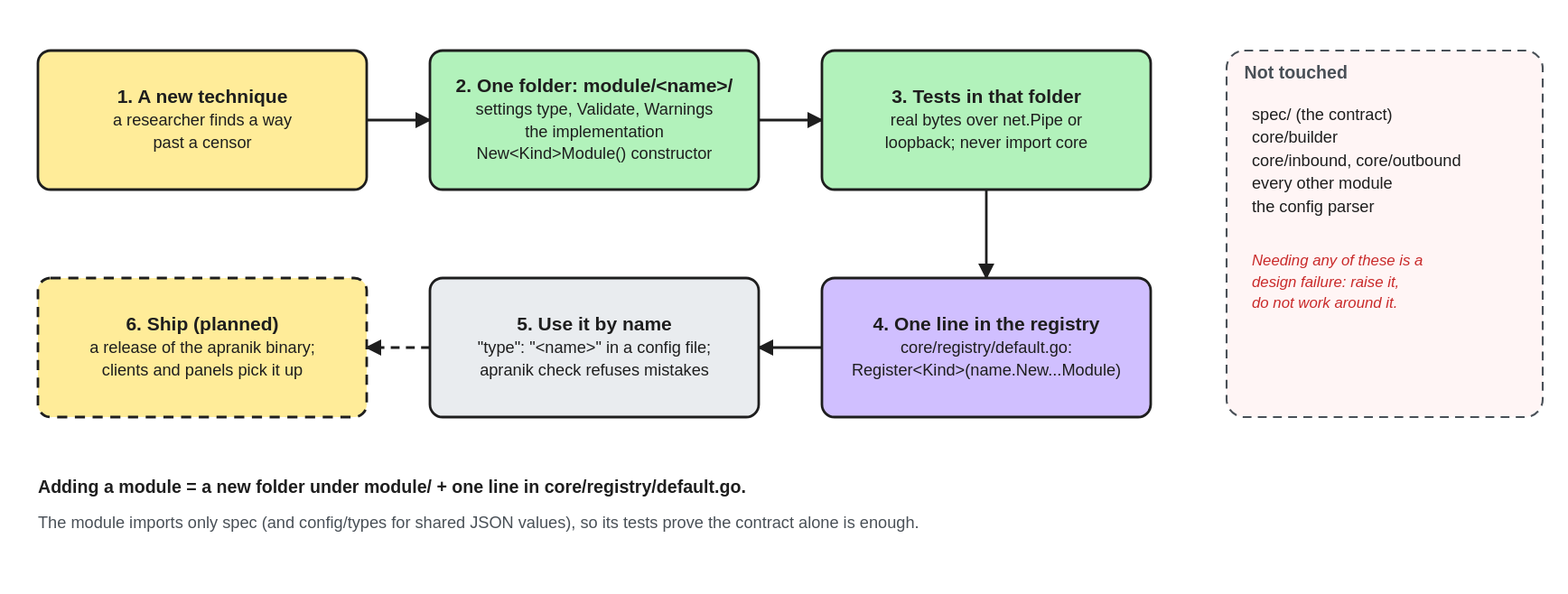
This is docs/assets/diagrams/research-to-deployment.excalidraw.svg from we-apranik/apranik, a Excalidraw export, as it was before one commit. Source tidied: one line per element, renumbered; positions are measured from the earlier drawing's top-left corner, leaving out a move shared by most shapes. Source of this version:
```json
{"id": 0, "type": "rectangle", "strokeColor": "#495057", "backgroundColor": "#fff5f5", "fillStyle": "solid", "strokeWidth": 1, "strokeStyle": "dashed", "roughness": 0, "round": true, "x": 940, "y": 0, "width": 250, "height": 290}
{"id": 1, "type": "text", "text": "Not touched", "strokeColor": "#495057", "strokeWidth": 2, "roughness": 0, "fontSize": 14, "fontFamily": 2, "verticalAlign": "middle", "x": 954, "y": 8, "width": 222, "height": 18}
{"id": 2, "type": "rectangle", "strokeColor": "#1e1e1e", "backgroundColor": "#ffec99", "fillStyle": "solid", "strokeWidth": 2, "roughness": 0, "round": true, "x": 0, "y": 0, "width": 260, "height": 110}
{"id": 3, "type": "text", "text": "1. A new technique\na researcher finds a way\npast a censor", "strokeColor": "#1e1e1e", "strokeWidth": 2, "roughness": 0, "fontSize": 13, "fontFamily": 2, "textAlign": "center", "verticalAlign": "middle", "inside": 2, "x": 0, "y": 0, "width": 260, "height": 49}
{"id": 4, "type": "rectangle", "strokeColor": "#1e1e1e", "backgroundColor": "#b2f2bb", "fillStyle": "solid", "strokeWidth": 2, "roughness": 0, "round": true, "x": 310, "y": 0, "width": 260, "height": 110}
{"id": 5, "type": "text", "text": "2. One folder: module/<name>/\nsettings type, Validate, Warnings\nthe implementation\nNew<Kind>Module() constructor", "strokeColor": "#1e1e1e", "strokeWidth": 2, "roughness": 0, "fontSize": 13, "fontFamily": 2, "textAlign": "center", "verticalAlign": "middle", "inside": 4, "x": 310, "y": 0, "width": 260, "height": 65}
{"id": 6, "type": "rectangle", "strokeColor": "#1e1e1e", "backgroundColor": "#b2f2bb", "fillStyle": "solid", "strokeWidth": 2, "roughness": 0, "round": true, "x": 620, "y": 0, "width": 260, "height": 110}
{"id": 7, "type": "text", "text": "3. Tests in that folder\nreal bytes over net.Pipe or\nloopback; never import core", "strokeColor": "#1e1e1e", "strokeWidth": 2, "roughness": 0, "fontSize": 13, "fontFamily": 2, "textAlign": "center", "verticalAlign": "middle", "inside": 6, "x": 620, "y": 0, "width": 260, "height": 49}
{"id": 8, "type": "rectangle", "strokeColor": "#1e1e1e", "backgroundColor": "#d0bfff", "fillStyle": "solid", "strokeWidth": 2, "roughness": 0, "round": true, "x": 620, "y": 180, "width": 260, "height": 110}
{"id": 9, "type": "text", "text": "4. One line in the registry\ncore/registry/default.go:\nRegister<Kind>(name.New...Module)", "strokeColor": "#1e1e1e", "strokeWidth": 2, "roughness": 0, "fontSize": 13, "fontFamily": 2, "textAlign": "center", "verticalAlign": "middle", "inside": 8, "x": 620, "y": 180, "width": 260, "height": 49}
{"id": 10, "type": "rectangle", "strokeColor": "#1e1e1e", "backgroundColor": "#e9ecef", "fillStyle": "solid", "strokeWidth": 2, "roughness": 0, "round": true, "x": 310, "y": 180, "width": 260, "height": 110}
{"id": 11, "type": "text", "text": "5. Use it by name\n\"type\": \"<name>\" in a config file;\napranik check refuses mistakes", "strokeColor": "#1e1e1e", "strokeWidth": 2, "roughness": 0, "fontSize": 13, "fontFamily": 2, "textAlign": "center", "verticalAlign": "middle", "inside": 10, "x": 310, "y": 180, "width": 260, "height": 49}
{"id": 12, "type": "rectangle", "strokeColor": "#1e1e1e", "backgroundColor": "#ffec99", "fillStyle": "solid", "strokeWidth": 2, "strokeStyle": "dashed", "roughness": 0, "round": true, "x": 0, "y": 180, "width": 260, "height": 110}
{"id": 13, "type": "text", "text": "6. Ship (planned)\na release of the apranik binary;\nclients and panels pick it up", "strokeColor": "#1e1e1e", "strokeWidth": 2, "roughness": 0, "fontSize": 13, "fontFamily": 2, "textAlign": "center", "verticalAlign": "middle", "inside": 12, "x": 0, "y": 180, "width": 260, "height": 49}
{"id": 14, "type": "arrow", "strokeColor": "#1e1e1e", "strokeWidth": 2, "roughness": 0, "endArrowhead": "arrow", "from": 2, "to": 4, "x": 260, "y": 55, "width": 50, "height": 0, "points": [[0, 0], [50, 0]]}
{"id": 15, "type": "arrow", "strokeColor": "#1e1e1e", "strokeWidth": 2, "roughness": 0, "endArrowhead": "arrow", "from": 4, "to": 6, "x": 570, "y": 55, "width": 50, "height": 0, "points": [[0, 0], [50, 0]]}
{"id": 16, "type": "arrow", "strokeColor": "#1e1e1e", "strokeWidth": 2, "roughness": 0, "endArrowhead": "arrow", "from": 6, "to": 8, "x": 750, "y": 110, "width": 0, "height": 70, "points": [[0, 0], [0, 70]]}
{"id": 17, "type": "arrow", "strokeColor": "#1e1e1e", "strokeWidth": 2, "roughness": 0, "endArrowhead": "arrow", "from": 8, "to": 10, "x": 620, "y": 235, "width": 50, "height": 0, "points": [[0, 0], [-50, 0]]}
{"id": 18, "type": "arrow", "strokeColor": "#1e1e1e", "strokeWidth": 2, "strokeStyle": "dashed", "roughness": 0, "endArrowhead": "arrow", "from": 10, "to": 12, "x": 310, "y": 235, "width": 50, "height": 0, "points": [[0, 0], [-50, 0]]}
{"id": 19, "type": "text", "text": "spec/ (the contract)\ncore/builder\ncore/inbound, core/outbound\nevery other module\nthe config parser", "strokeColor": "#1e1e1e", "strokeWidth": 2, "roughness": 0, "fontSize": 13, "fontFamily": 2, "verticalAlign": "middle", "x": 960, "y": 42, "width": 189, "height": 81}
{"id": 20, "type": "text", "text": "Needing any of these is a\ndesign failure: raise it,\ndo not work around it.", "strokeColor": "#c92a2a", "strokeWidth": 2, "roughness": 0, "fontSize": 12, "fontFamily": 2, "verticalAlign": "middle", "x": 960, "y": 158, "width": 162, "height": 45}
{"id": 21, "type": "text", "text": "Adding a module = a new folder under module/ + one line in core/registry/default.go.", "strokeColor": "#1e1e1e", "strokeWidth": 2, "roughness": 0, "fontSize": 14, "fontFamily": 2, "verticalAlign": "middle", "x": 0, "y": 336, "width": 665, "height": 18}
{"id": 22, "type": "text", "text": "The module imports only spec (and config/types for shared JSON values), so its tests prove the contract alone is enough.", "strokeColor": "#495057", "strokeWidth": 2, "roughness": 0, "fontSize": 13, "fontFamily": 2, "verticalAlign": "middle", "x": 0, "y": 365, "width": 817, "height": 16}
```
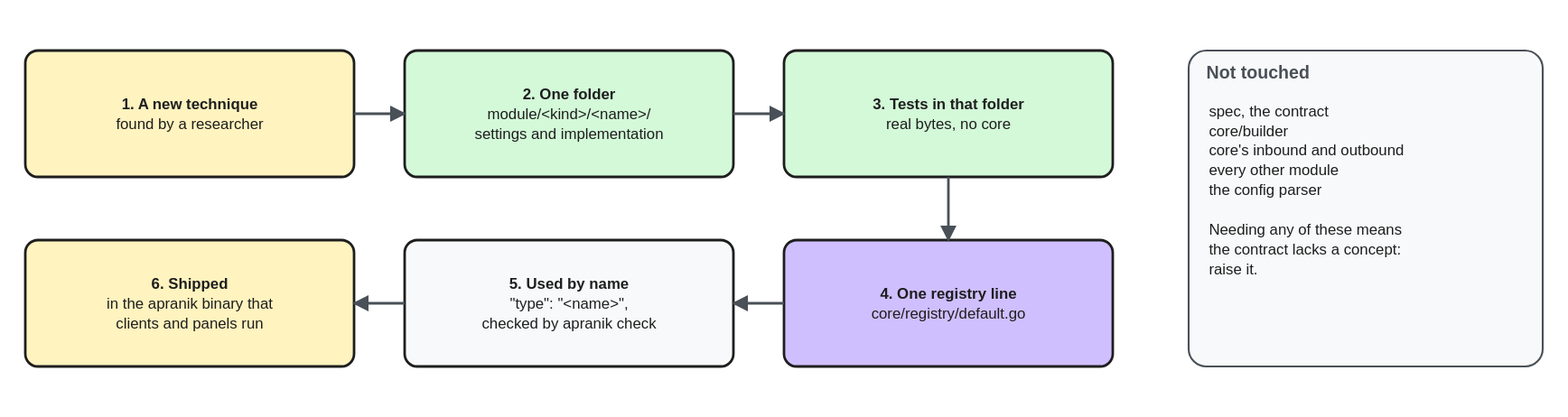
After the change.

The edit, as a diff of the source:
```diff
@@ -1,23 +1,20 @@
-{"id": 0, "type": "rectangle", "strokeColor": "#495057", "backgroundColor": "#fff5f5", "fillStyle": "solid", "strokeWidth": 1, "strokeStyle": "dashed", "roughness": 0, "round": true, "x": 940, "y": 0, "width": 250, "height": 290}
+{"id": 23, "type": "rectangle", "strokeColor": "#1e1e1e", "backgroundColor": "#fff3bf", "fillStyle": "solid", "strokeWidth": 2, "roughness": 0, "round": true, "x": 20, "y": 0, "width": 260, "height": 100}
+{"id": 24, "type": "text", "text": "1. A new technique\nfound by a researcher", "strokeColor": "#1e1e1e", "strokeWidth": 2, "roughness": 0, "fontSize": 12, "fontFamily": 2, "textAlign": "center", "verticalAlign": "middle", "inside": 23, "x": 20, "y": 35, "width": 260, "height": 30}
+{"id": 25, "type": "rectangle", "strokeColor": "#1e1e1e", "backgroundColor": "#d3f9d8", "fillStyle": "solid", "strokeWidth": 2, "roughness": 0, "round": true, "x": 320, "y": 0, "width": 260, "height": 100}
+{"id": 26, "type": "text", "text": "2. One folder\nmodule/<kind>/<name>/\nsettings and implementation", "strokeColor": "#1e1e1e", "strokeWidth": 2, "roughness": 0, "fontSize": 12, "fontFamily": 2, "textAlign": "center", "verticalAlign": "middle", "inside": 25, "x": 320, "y": 28, "width": 260, "height": 45}
+{"id": 27, "type": "rectangle", "strokeColor": "#1e1e1e", "backgroundColor": "#d3f9d8", "fillStyle": "solid", "strokeWidth": 2, "roughness": 0, "round": true, "x": 620, "y": 0, "width": 260, "height": 100}
+{"id": 28, "type": "text", "text": "3. Tests in that folder\nreal bytes, no core", "strokeColor": "#1e1e1e", "strokeWidth": 2, "roughness": 0, "fontSize": 12, "fontFamily": 2, "textAlign": "center", "verticalAlign": "middle", "inside": 27, "x": 620, "y": 35, "width": 260, "height": 30}
+{"id": 29, "type": "rectangle", "strokeColor": "#1e1e1e", "backgroundColor": "#d0bfff", "fillStyle": "solid", "strokeWidth": 2, "roughness": 0, "round": true, "x": 620, "y": 150, "width": 260, "height": 100}
+{"id": 30, "type": "text", "text": "4. One registry line\ncore/registry/default.go", "strokeColor": "#1e1e1e", "strokeWidth": 2, "roughness": 0, "fontSize": 12, "fontFamily": 2, "textAlign": "center", "verticalAlign": "middle", "inside": 29, "x": 620, "y": 185, "width": 260, "height": 30}
+{"id": 31, "type": "rectangle", "strokeColor": "#1e1e1e", "backgroundColor": "#f8f9fa", "fillStyle": "solid", "strokeWidth": 2, "roughness": 0, "round": true, "x": 320, "y": 150, "width": 260, "height": 100}
+{"id": 32, "type": "text", "text": "5. Used by name\n\"type\": \"<name>\",\nchecked by apranik check", "strokeColor": "#1e1e1e", "strokeWidth": 2, "roughness": 0, "fontSize": 12, "fontFamily": 2, "textAlign": "center", "verticalAlign": "middle", "inside": 31, "x": 320, "y": 178, "width": 260, "height": 45}
+{"id": 33, "type": "rectangle", "strokeColor": "#1e1e1e", "backgroundColor": "#fff3bf", "fillStyle": "solid", "strokeWidth": 2, "roughness": 0, "round": true, "x": 20, "y": 150, "width": 260, "height": 100}
+{"id": 34, "type": "text", "text": "6. Shipped\nin the apranik binary that\nclients and panels run", "strokeColor": "#1e1e1e", "strokeWidth": 2, "roughness": 0, "fontSize": 12, "fontFamily": 2, "textAlign": "center", "verticalAlign": "middle", "inside": 33, "x": 20, "y": 178, "width": 260, "height": 45}
+{"id": 35, "type": "arrow", "strokeColor": "#495057", "strokeWidth": 2, "roughness": 0, "endArrowhead": "arrow", "from": 23, "to": 25, "x": 280, "y": 50, "width": 40, "height": 0, "points": [[0, 0], [40, 0]]}
+{"id": 36, "type": "arrow", "strokeColor": "#495057", "strokeWidth": 2, "roughness": 0, "endArrowhead": "arrow", "from": 25, "to": 27, "x": 580, "y": 50, "width": 40, "height": 0, "points": [[0, 0], [40, 0]]}
+{"id": 37, "type": "arrow", "strokeColor": "#495057", "strokeWidth": 2, "roughness": 0, "endArrowhead": "arrow", "from": 27, "to": 29, "x": 750, "y": 100, "width": 0, "height": 50, "points": [[0, 0], [0, 50]]}
+{"id": 38, "type": "arrow", "strokeColor": "#495057", "strokeWidth": 2, "roughness": 0, "endArrowhead": "arrow", "from": 29, "to": 31, "x": 620, "y": 200, "width": 40, "height": 0, "points": [[0, 0], [-40, 0]]}
+{"id": 39, "type": "arrow", "strokeColor": "#495057", "strokeWidth": 2, "roughness": 0, "endArrowhead": "arrow", "from": 31, "to": 33, "x": 320, "y": 200, "width": 40, "height": 0, "points": [[0, 0], [-40, 0]]}
+{"id": 40, "type": "rectangle", "strokeColor": "#495057", "backgroundColor": "#f8f9fa", "fillStyle": "solid", "strokeWidth": 1, "roughness": 0, "round": true, "x": 940, "y": 0, "width": 280, "height": 250}
-{"id": 1, "type": "text", "text": "Not touched", "strokeColor": "#495057", "strokeWidth": 2, "roughness": 0, "fontSize": 14, "fontFamily": 2, "verticalAlign": "middle", "x": 954, "y": 8, "width": 222, "height": 18}
+{"id": 1, "type": "text", "text": "Not touched", "strokeColor": "#495057", "strokeWidth": 2, "roughness": 0, "fontSize": 14, "fontFamily": 2, "verticalAlign": "middle", "x": 954, "y": 8, "width": 252, "height": 18}
-{"id": 2, "type": "rectangle", "strokeColor": "#1e1e1e", "backgroundColor": "#ffec99", "fillStyle": "solid", "strokeWidth": 2, "roughness": 0, "round": true, "x": 0, "y": 0, "width": 260, "height": 110}
-{"id": 3, "type": "text", "text": "1. A new technique\na researcher finds a way\npast a censor", "strokeColor": "#1e1e1e", "strokeWidth": 2, "roughness": 0, "fontSize": 13, "fontFamily": 2, "textAlign": "center", "verticalAlign": "middle", "inside": 2, "x": 0, "y": 0, "width": 260, "height": 49}
-{"id": 4, "type": "rectangle", "strokeColor": "#1e1e1e", "backgroundColor": "#b2f2bb", "fillStyle": "solid", "strokeWidth": 2, "roughness": 0, "round": true, "x": 310, "y": 0, "width": 260, "height": 110}
-{"id": 5, "type": "text", "text": "2. One folder: module/<name>/\nsettings type, Validate, Warnings\nthe implementation\nNew<Kind>Module() constructor", "strokeColor": "#1e1e1e", "strokeWidth": 2, "roughness": 0, "fontSize": 13, "fontFamily": 2, "textAlign": "center", "verticalAlign": "middle", "inside": 4, "x": 310, "y": 0, "width": 260, "height": 65}
-{"id": 6, "type": "rectangle", "strokeColor": "#1e1e1e", "backgroundColor": "#b2f2bb", "fillStyle": "solid", "strokeWidth": 2, "roughness": 0, "round": true, "x": 620, "y": 0, "width": 260, "height": 110}
-{"id": 7, "type": "text", "text": "3. Tests in that folder\nreal bytes over net.Pipe or\nloopback; never import core", "strokeColor": "#1e1e1e", "strokeWidth": 2, "roughness": 0, "fontSize": 13, "fontFamily": 2, "textAlign": "center", "verticalAlign": "middle", "inside": 6, "x": 620, "y": 0, "width": 260, "height": 49}
-{"id": 8, "type": "rectangle", "strokeColor": "#1e1e1e", "backgroundColor": "#d0bfff", "fillStyle": "solid", "strokeWidth": 2, "roughness": 0, "round": true, "x": 620, "y": 180, "width": 260, "height": 110}
-{"id": 9, "type": "text", "text": "4. One line in the registry\ncore/registry/default.go:\nRegister<Kind>(name.New...Module)", "strokeColor": "#1e1e1e", "strokeWidth": 2, "roughness": 0, "fontSize": 13, "fontFamily": 2, "textAlign": "center", "verticalAlign": "middle", "inside": 8, "x": 620, "y": 180, "width": 260, "height": 49}
-{"id": 10, "type": "rectangle", "strokeColor": "#1e1e1e", "backgroundColor": "#e9ecef", "fillStyle": "solid", "strokeWidth": 2, "roughness": 0, "round": true, "x": 310, "y": 180, "width": 260, "height": 110}
-{"id": 11, "type": "text", "text": "5. Use it by name\n\"type\": \"<name>\" in a config file;\napranik check refuses mistakes", "strokeColor": "#1e1e1e", "strokeWidth": 2, "roughness": 0, "fontSize": 13, "fontFamily": 2, "textAlign": "center", "verticalAlign": "middle", "inside": 10, "x": 310, "y": 180, "width": 260, "height": 49}
-{"id": 12, "type": "rectangle", "strokeColor": "#1e1e1e", "backgroundColor": "#ffec99", "fillStyle": "solid", "strokeWidth": 2, "strokeStyle": "dashed", "roughness": 0, "round": true, "x": 0, "y": 180, "width": 260, "height": 110}
-{"id": 13, "type": "text", "text": "6. Ship (planned)\na release of the apranik binary;\nclients and panels pick it up", "strokeColor": "#1e1e1e", "strokeWidth": 2, "roughness": 0, "fontSize": 13, "fontFamily": 2, "textAlign": "center", "verticalAlign": "middle", "inside": 12, "x": 0, "y": 180, "width": 260, "height": 49}
-{"id": 14, "type": "arrow", "strokeColor": "#1e1e1e", "strokeWidth": 2, "roughness": 0, "endArrowhead": "arrow", "from": 2, "to": 4, "x": 260, "y": 55, "width": 50, "height": 0, "points": [[0, 0], [50, 0]]}
-{"id": 15, "type": "arrow", "strokeColor": "#1e1e1e", "strokeWidth": 2, "roughness": 0, "endArrowhead": "arrow", "from": 4, "to": 6, "x": 570, "y": 55, "width": 50, "height": 0, "points": [[0, 0], [50, 0]]}
-{"id": 16, "type": "arrow", "strokeColor": "#1e1e1e", "strokeWidth": 2, "roughness": 0, "endArrowhead": "arrow", "from": 6, "to": 8, "x": 750, "y": 110, "width": 0, "height": 70, "points": [[0, 0], [0, 70]]}
-{"id": 17, "type": "arrow", "strokeColor": "#1e1e1e", "strokeWidth": 2, "roughness": 0, "endArrowhead": "arrow", "from": 8, "to": 10, "x": 620, "y": 235, "width": 50, "height": 0, "points": [[0, 0], [-50, 0]]}
-{"id": 18, "type": "arrow", "strokeColor": "#1e1e1e", "strokeWidth": 2, "strokeStyle": "dashed", "roughness": 0, "endArrowhead": "arrow", "from": 10, "to": 12, "x": 310, "y": 235, "width": 50, "height": 0, "points": [[0, 0], [-50, 0]]}
-{"id": 19, "type": "text", "text": "spec/ (the contract)\ncore/builder\ncore/inbound, core/outbound\nevery other module\nthe config parser", "strokeColor": "#1e1e1e", "strokeWidth": 2, "roughness": 0, "fontSize": 13, "fontFamily": 2, "verticalAlign": "middle", "x": 960, "y": 42, "width": 189, "height": 81}
-{"id": 20, "type": "text", "text": "Needing any of these is a\ndesign failure: raise it,\ndo not work around it.", "strokeColor": "#c92a2a", "strokeWidth": 2, "roughness": 0, "fontSize": 12, "fontFamily": 2, "verticalAlign": "middle", "x": 960, "y": 158, "width": 162, "height": 45}
-{"id": 21, "type": "text", "text": "Adding a module = a new folder under module/ + one line in core/registry/default.go.", "strokeColor": "#1e1e1e", "strokeWidth": 2, "roughness": 0, "fontSize": 14, "fontFamily": 2, "verticalAlign": "middle", "x": 0, "y": 336, "width": 665, "height": 18}
-{"id": 22, "type": "text", "text": "The module imports only spec (and config/types for shared JSON values), so its tests prove the contract alone is enough.", "strokeColor": "#495057", "strokeWidth": 2, "roughness": 0, "fontSize": 13, "fontFamily": 2, "verticalAlign": "middle", "x": 0, "y": 365, "width": 817, "height": 16}
+{"id": 41, "type": "text", "text": "spec, the contract\ncore/builder\ncore's inbound and outbound\nevery other module\nthe config parser\n\nNeeding any of these means\nthe contract lacks a concept:\nraise it.", "strokeColor": "#1e1e1e", "strokeWidth": 2, "roughness": 0, "fontSize": 12, "fontFamily": 2, "verticalAlign": "middle", "x": 956, "y": 40, "width": 191, "height": 135}
```
